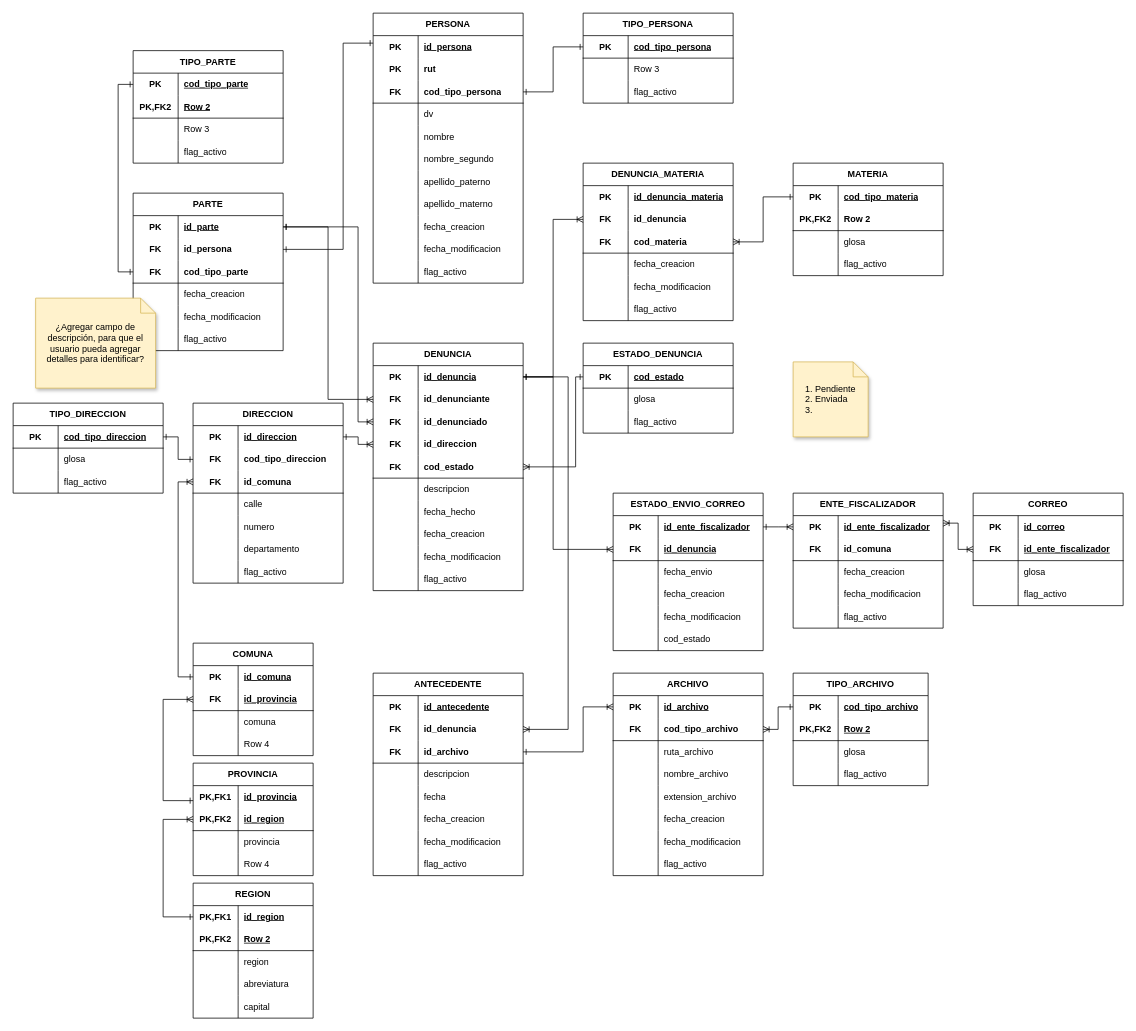
This is docs/QuieroDenunciar - ER.drawio from hernanBeiza/QuieroDenunciarAPI, a draw.io file, before an edit. Source tidied: cells renumbered, new cells numbered last; positions are measured from the earlier drawing's top-left corner, leaving out a move shared by most shapes. Both pictures are drawn from the tidied source at 75%, with x=0, y=0 at pixel (13, 13).
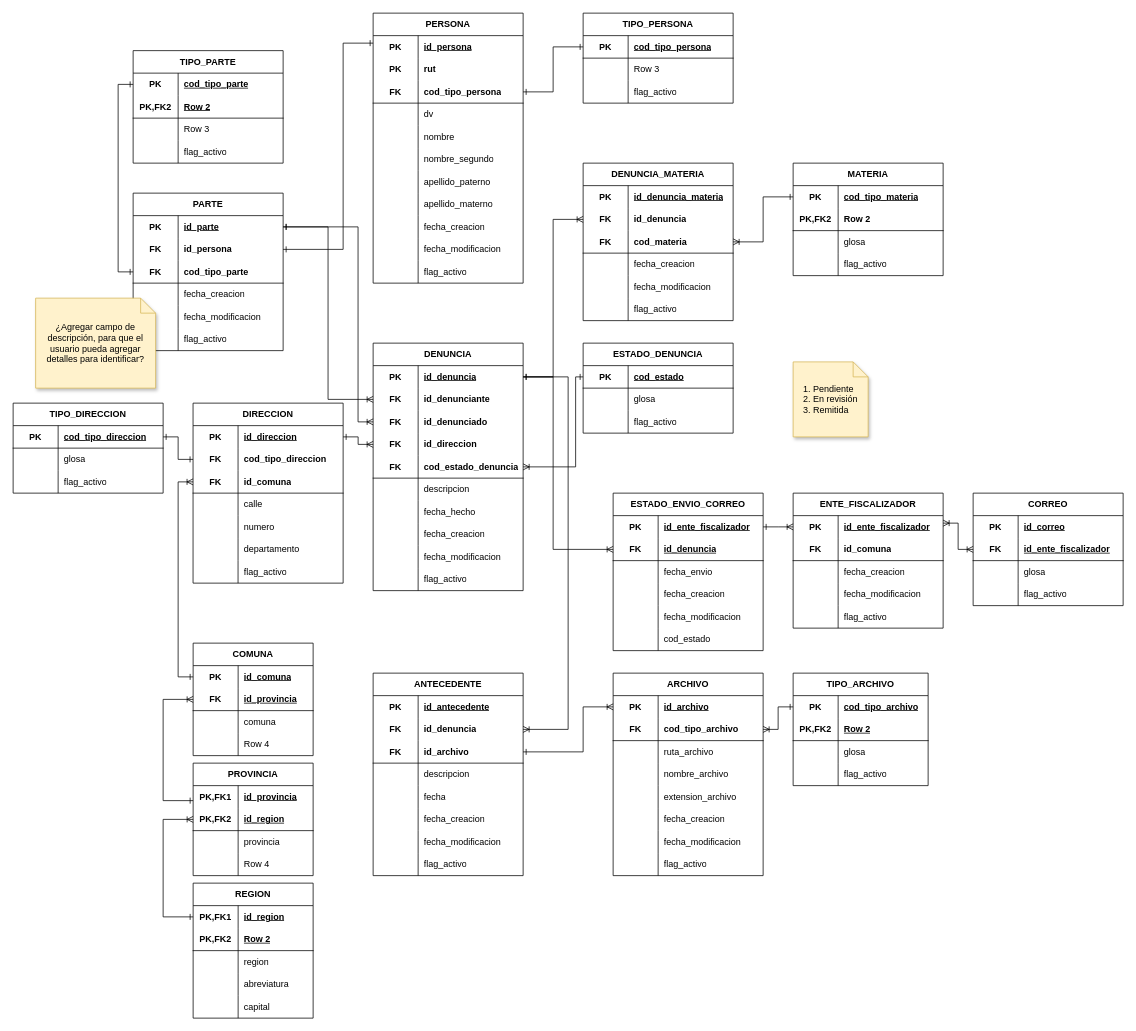
The same diagram, later.

The change refers to these unchanged cells:
```xml
<mxCell id="68" style="shape=tableRow;horizontal=0;startSize=0;swimlaneHead=0;swimlaneBody=0;fillColor=none;points=[[0,0.5],[1,0.5]];portConstraint=eastwest;top=0;left=0;right=0;bottom=1;html=1;strokeColor=inherit;swimlaneLine=0;" parent="55" vertex="1">
  <mxGeometry y="150" width="200" height="30" as="geometry" />
</mxCell>
```

What changed in the source:
```diff
@@
-    <mxCell id="70" value="cod_estado" style="shape=partialRectangle;fillColor=none;top=0;left=0;bottom=0;right=0;align=left;spacingLeft=6;fontStyle=1;overflow=hidden;html=1;whiteSpace=wrap;strokeColor=inherit;" parent="68" vertex="1">
+    <mxCell id="70" value="cod_estado_denuncia" style="shape=partialRectangle;fillColor=none;top=0;left=0;bottom=0;right=0;align=left;spacingLeft=6;fontStyle=1;overflow=hidden;html=1;whiteSpace=wrap;strokeColor=inherit;" parent="68" vertex="1">
       <mxGeometry x="60" width="140" height="30" as="geometry" />
     </mxCell>
@@
-    <mxCell id="330" value="&lt;div style=&quot;text-align: left;&quot;&gt;&lt;span style=&quot;background-color: initial;&quot;&gt;1. &lt;/span&gt;&lt;span style=&quot;background-color: initial;&quot;&gt;Pendiente&lt;/span&gt;&lt;/div&gt;&lt;div style=&quot;text-align: left;&quot;&gt;&lt;span style=&quot;background-color: initial;&quot;&gt;2. Enviada&lt;/span&gt;&lt;/div&gt;&lt;div style=&quot;text-align: left;&quot;&gt;&lt;span style=&quot;background-color: initial;&quot;&gt;3.&amp;nbsp;&lt;/span&gt;&lt;/div&gt;" style="shape=note;size=20;whiteSpace=wrap;html=1;shadow=1;fillColor=#fff2cc;strokeColor=#d6b656;" parent="1" vertex="1">
+    <mxCell id="330" value="&lt;div style=&quot;text-align: left;&quot;&gt;&lt;span style=&quot;background-color: initial;&quot;&gt;1. &lt;/span&gt;&lt;span style=&quot;background-color: initial;&quot;&gt;Pendiente&lt;/span&gt;&lt;/div&gt;&lt;div style=&quot;text-align: left;&quot;&gt;&lt;span style=&quot;background-color: initial;&quot;&gt;2. En revisión&lt;/span&gt;&lt;/div&gt;&lt;div style=&quot;text-align: left;&quot;&gt;&lt;span style=&quot;background-color: initial;&quot;&gt;3. Remitida&lt;/span&gt;&lt;/div&gt;" style="shape=note;size=20;whiteSpace=wrap;html=1;shadow=1;fillColor=#fff2cc;strokeColor=#d6b656;" parent="1" vertex="1">
       <mxGeometry x="1040" y="465" width="100" height="100" as="geometry" />
     </mxCell>
```
